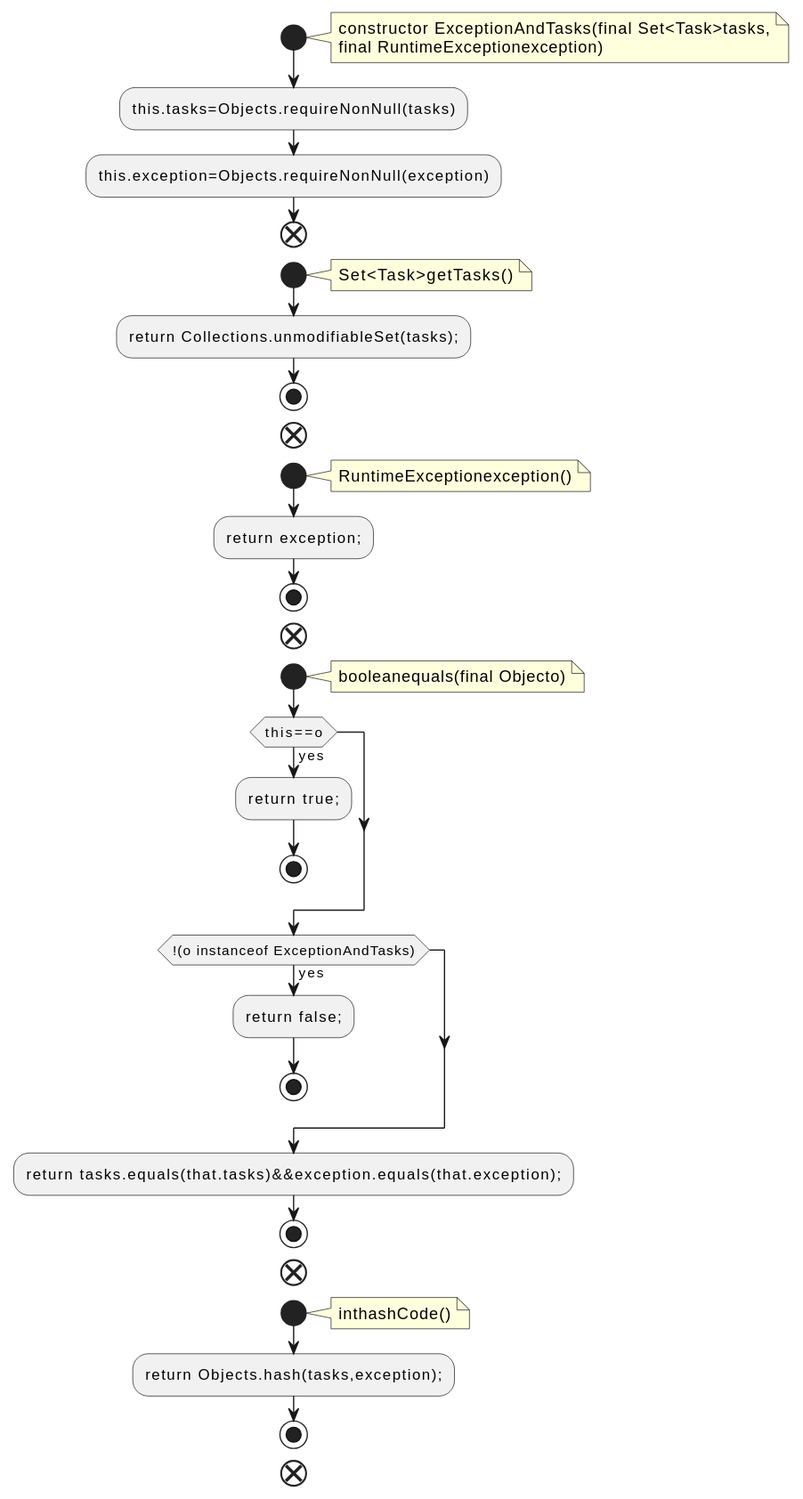
qualitesys/kafka keeps this PlantUML diagram as docs/qc/streams/src/main/java/org/apache/kafka/streams/processor/internals/StateUpdater.java.fct.svg. Above is the earlier version.
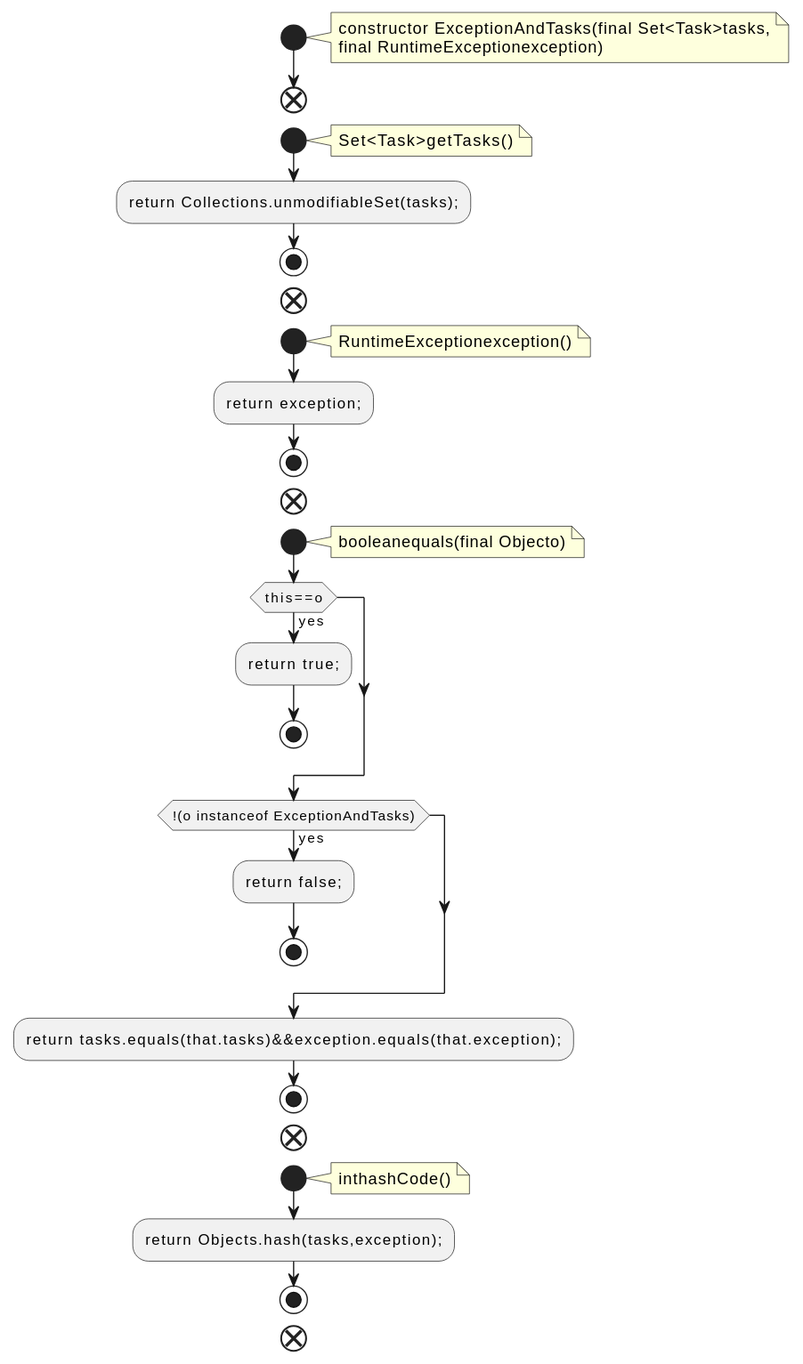
After the commit.

Diff of the diagram source:
```diff
@@ -5,8 +5,6 @@
 constructor ExceptionAndTasks(final Set<Task>tasks,
 final RuntimeExceptionexception)
 end note
-:this.tasks=Objects.requireNonNull(tasks);
-:this.exception=Objects.requireNonNull(exception);
 end
 start
 note right
```
